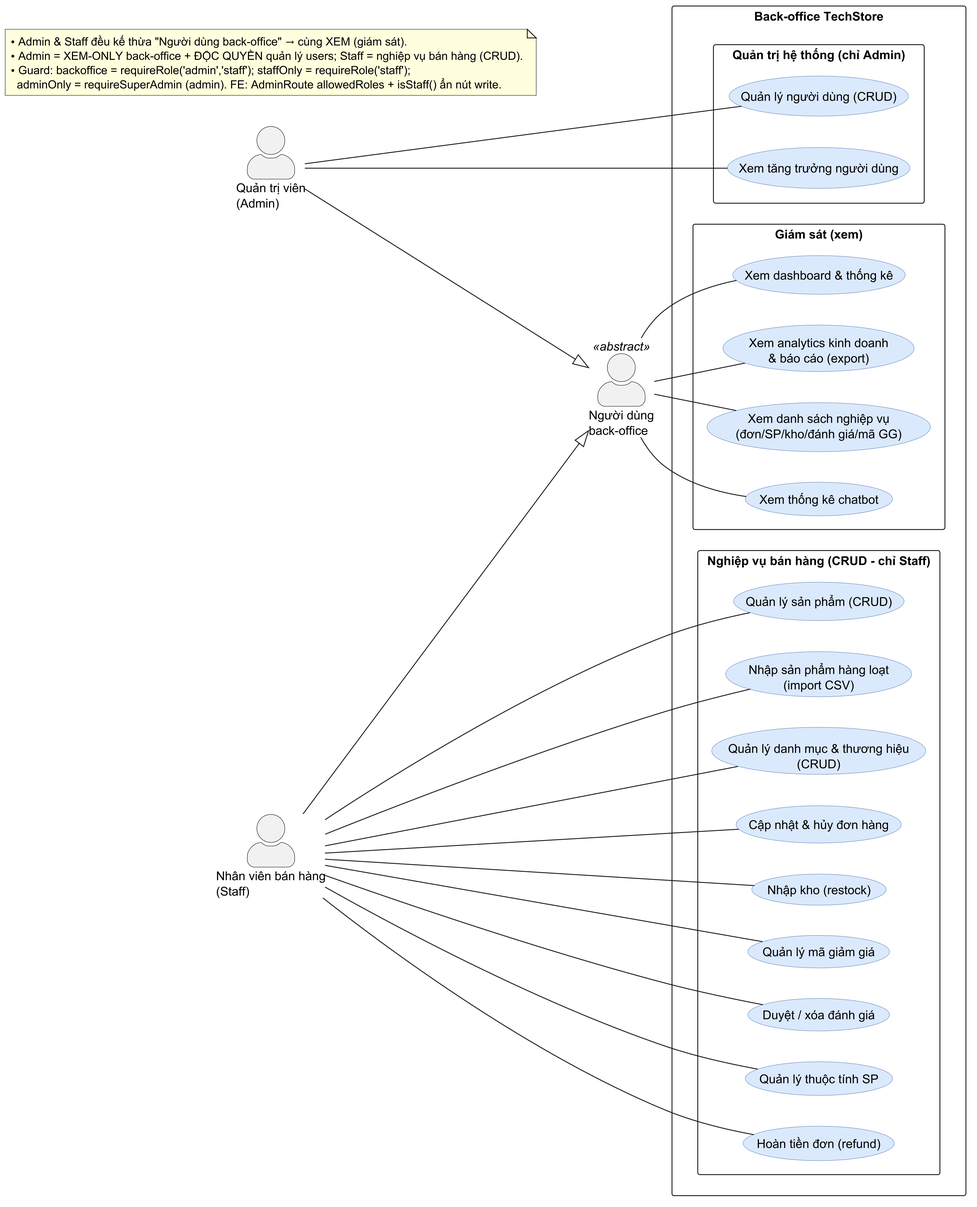
MinhThang1009/E-commerce-website keeps this PlantUML diagram as diagrams/usecase/usecase-03-overview-admin.png. Above is the earlier version.
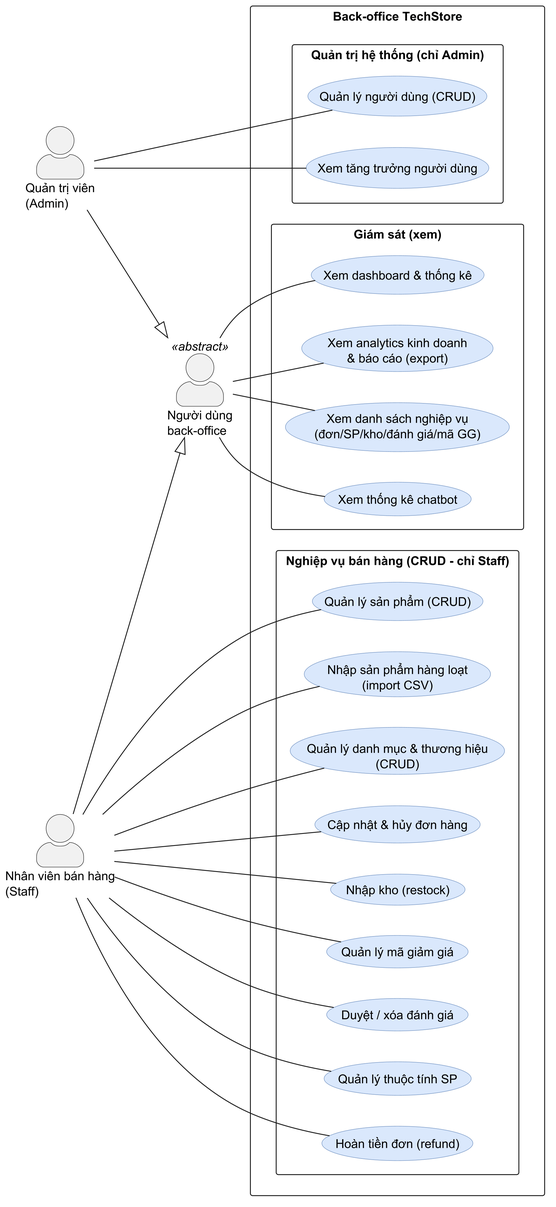
After the change.

The edit, as a diff of the source:
```diff
@@ -59,10 +59,4 @@
 staff -- UC_attr
 staff -- UC_refund
 
-note as N1
-  • Admin & Staff đều kế thừa "Người dùng back-office" → cùng XEM (giám sát).
-  • Admin = XEM-ONLY back-office + ĐỘC QUYỀN quản lý users; Staff = nghiệp vụ bán hàng (CRUD).
-  • Guard: backoffice = requireRole('admin','staff'); staffOnly = requireRole('staff');
-    adminOnly = requireSuperAdmin (admin). FE: AdminRoute allowedRoles + isStaff() ẩn nút write.
-end note
 @enduml
```
